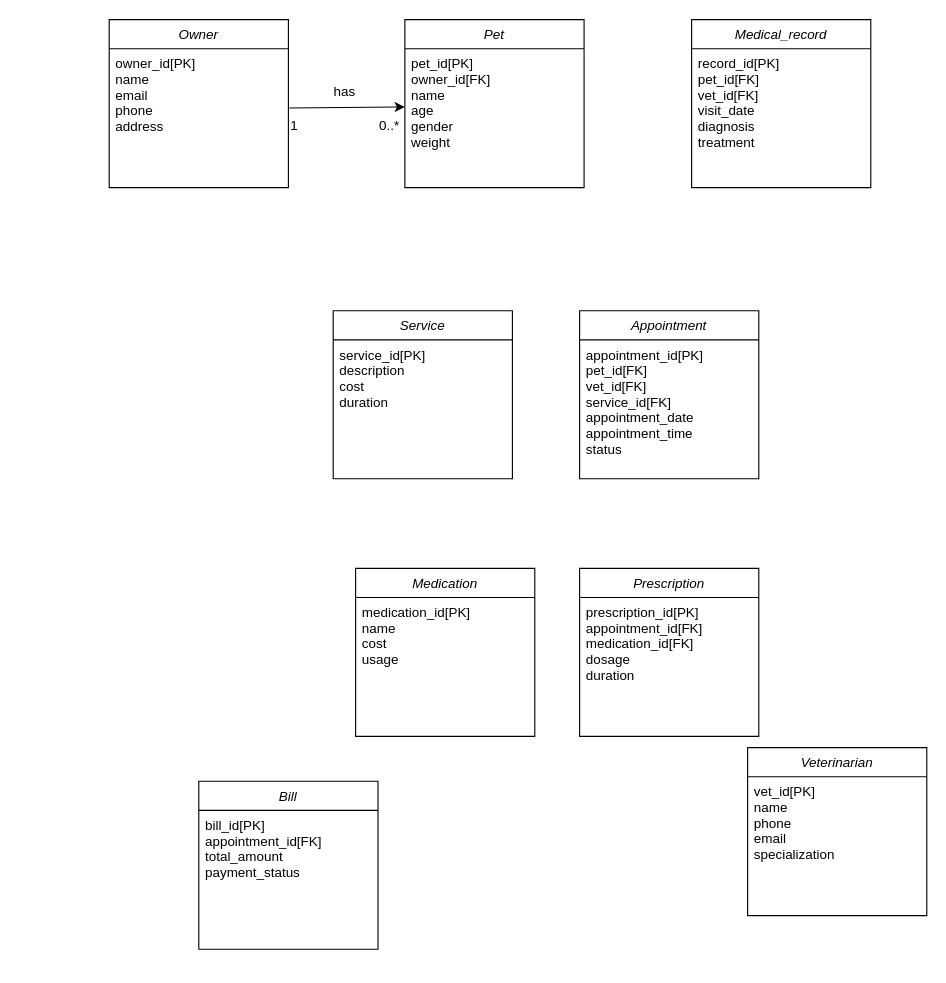
Above: Untitled Diagram.drawio in hsinyuwww/furnitureShop (draw.io), before the change. Source tidied: cells renumbered, new cells numbered last; positions are measured from the earlier drawing's top-left corner, leaving out a move shared by most shapes. Both pictures are drawn from the tidied source at 112%, with x=0, y=0 at pixel (109, 19).
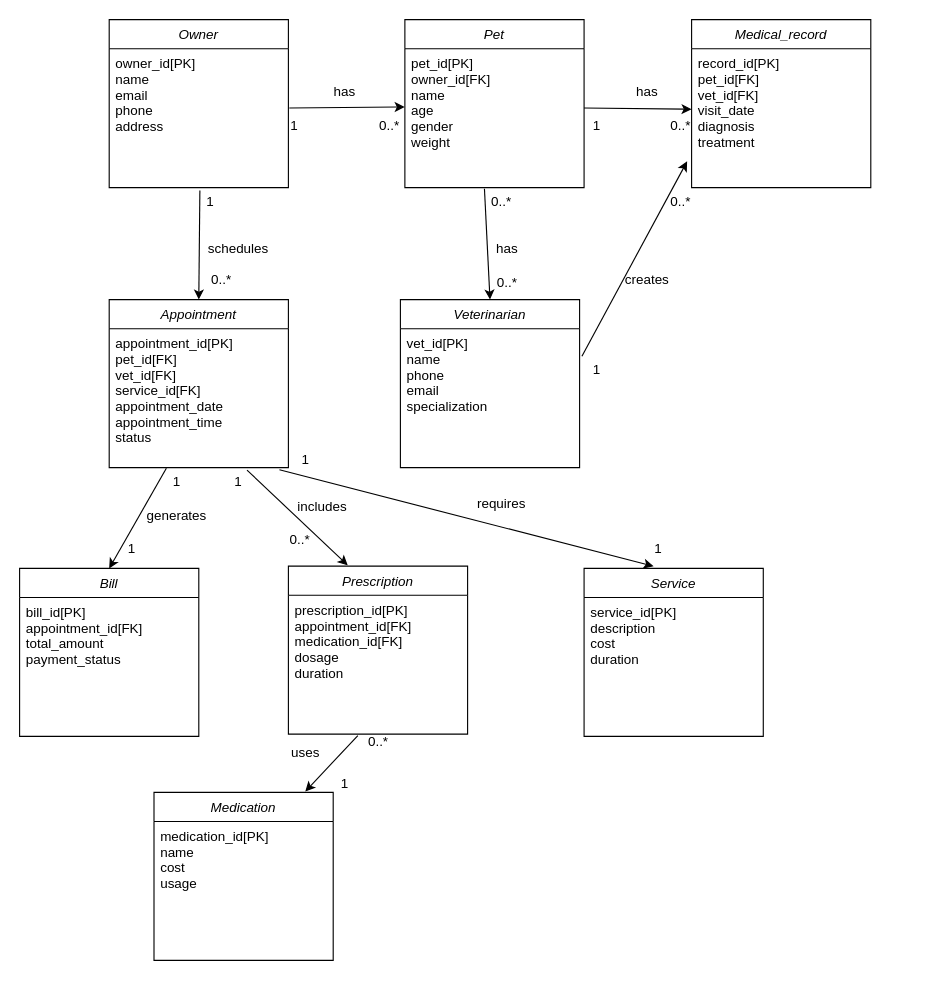
The same diagram, later.

Unchanged cells that the change refers to:
```xml
<mxCell id="3" value="pet_id[PK]&#10;owner_id[FK]&#10;name&#10;age&#10;gender&#10;weight&#10;" style="text;align=left;verticalAlign=top;spacingLeft=4;spacingRight=4;overflow=hidden;points=[[0,0.5],[1,0.5]];portConstraint=eastwest;" parent="2" vertex="1">
  <mxGeometry y="26" width="160" height="124" as="geometry" />
</mxCell>
<mxCell id="5" value="owner_id[PK]&#10;name&#10;email&#10;phone&#10;address" style="text;align=left;verticalAlign=top;spacingLeft=4;spacingRight=4;overflow=hidden;points=[[0,0.5],[1,0.5]];portConstraint=eastwest;" parent="4" vertex="1">
  <mxGeometry y="26" width="160" height="124" as="geometry" />
</mxCell>
<mxCell id="7" value="vet_id[PK]&#10;name&#10;phone&#10;email&#10;specialization" style="text;align=left;verticalAlign=top;spacingLeft=4;spacingRight=4;overflow=hidden;points=[[0,0.5],[1,0.5]];portConstraint=eastwest;" parent="6" vertex="1">
  <mxGeometry y="26" width="160" height="124" as="geometry" />
</mxCell>
<mxCell id="11" value="appointment_id[PK]&#10;pet_id[FK]&#10;vet_id[FK]&#10;service_id[FK]&#10;appointment_date&#10;appointment_time&#10;status" style="text;align=left;verticalAlign=top;spacingLeft=4;spacingRight=4;overflow=hidden;points=[[0,0.5],[1,0.5]];portConstraint=eastwest;" parent="10" vertex="1">
  <mxGeometry y="26" width="160" height="124" as="geometry" />
</mxCell>
<mxCell id="13" value="record_id[PK]&#10;pet_id[FK]&#10;vet_id[FK]&#10;visit_date&#10;diagnosis&#10;treatment" style="text;align=left;verticalAlign=top;spacingLeft=4;spacingRight=4;overflow=hidden;points=[[0,0.5],[1,0.5]];portConstraint=eastwest;" parent="12" vertex="1">
  <mxGeometry y="26" width="160" height="124" as="geometry" />
</mxCell>
```

The edit, as a diff of the source:
```diff
@@
     <mxCell id="6" value="Veterinarian" style="swimlane;fontStyle=2;align=center;verticalAlign=top;horizontal=1;startSize=26;rounded=0;shadow=0;strokeWidth=1;" parent="1" vertex="1">
-      <mxGeometry x="570" y="650" width="160" height="150" as="geometry" />
+      <mxGeometry x="260" y="250" width="160" height="150" as="geometry" />
     </mxCell>
@@
     <mxCell id="8" value="Service" style="swimlane;fontStyle=2;align=center;verticalAlign=top;horizontal=1;startSize=26;rounded=0;shadow=0;strokeWidth=1;" parent="1" vertex="1">
-      <mxGeometry x="200" y="260" width="160" height="150" as="geometry" />
+      <mxGeometry x="424" y="490" width="160" height="150" as="geometry" />
     </mxCell>
@@
     <mxCell id="10" value="Appointment" style="swimlane;fontStyle=2;align=center;verticalAlign=top;horizontal=1;startSize=26;rounded=0;shadow=0;strokeWidth=1;" parent="1" vertex="1">
-      <mxGeometry x="420" y="260" width="160" height="150" as="geometry" />
+      <mxGeometry y="250" width="160" height="150" as="geometry" />
     </mxCell>
@@
     <mxCell id="14" value="Medication" style="swimlane;fontStyle=2;align=center;verticalAlign=top;horizontal=1;startSize=26;rounded=0;shadow=0;strokeWidth=1;" parent="1" vertex="1">
-      <mxGeometry x="220" y="490" width="160" height="150" as="geometry" />
+      <mxGeometry x="40" y="690" width="160" height="150" as="geometry" />
     </mxCell>
@@
     <mxCell id="16" value="Prescription" style="swimlane;fontStyle=2;align=center;verticalAlign=top;horizontal=1;startSize=26;rounded=0;shadow=0;strokeWidth=1;" parent="1" vertex="1">
-      <mxGeometry x="420" y="490" width="160" height="150" as="geometry" />
+      <mxGeometry x="160" y="488" width="160" height="150" as="geometry" />
     </mxCell>
@@
     <mxCell id="18" value="Bill" style="swimlane;fontStyle=2;align=center;verticalAlign=top;horizontal=1;startSize=26;rounded=0;shadow=0;strokeWidth=1;" parent="1" vertex="1">
-      <mxGeometry x="80" y="680" width="160" height="150" as="geometry" />
+      <mxGeometry x="-80" y="490" width="160" height="150" as="geometry" />
     </mxCell>
@@
+    <mxCell id="24" style="endArrow=classic;html=1;rounded=0;exitX=1;exitY=0.427;exitDx=0;exitDy=0;exitPerimeter=0;" parent="1" edge="1" source="3">
+      <mxGeometry relative="1" as="geometry">
+        <mxPoint x="520" y="80" as="targetPoint" />
+      </mxGeometry>
+    </mxCell>
+    <mxCell id="25" value="has" style="text;html=1;align=center;verticalAlign=middle;strokeColor=none;fillColor=none;" parent="1" vertex="1">
+      <mxGeometry x="460" y="50" width="40" height="30" as="geometry" />
+    </mxCell>
+    <mxCell id="26" value="1" style="text;html=1;align=center;verticalAlign=middle;strokeColor=none;fillColor=none;" parent="1" vertex="1">
+      <mxGeometry x="420" y="80" width="30" height="30" as="geometry" />
+    </mxCell>
+    <mxCell id="27" value="0..*" style="text;html=1;align=center;verticalAlign=middle;strokeColor=none;fillColor=none;" parent="1" vertex="1">
+      <mxGeometry x="490" y="80" width="40" height="30" as="geometry" />
+    </mxCell>
+    <mxCell id="28" style="endArrow=classic;html=1;rounded=0;exitX=0.444;exitY=1.008;exitDx=0;exitDy=0;exitPerimeter=0;" parent="1" edge="1" source="3">
+      <mxGeometry relative="1" as="geometry">
+        <mxPoint x="340" y="250" as="targetPoint" />
+      </mxGeometry>
+    </mxCell>
+    <mxCell id="29" value="has" style="text;html=1;align=center;verticalAlign=middle;strokeColor=none;fillColor=none;" parent="1" vertex="1">
+      <mxGeometry x="335" y="190" width="40" height="30" as="geometry" />
+    </mxCell>
+    <mxCell id="30" value="0..*" style="text;html=1;align=center;verticalAlign=middle;strokeColor=none;fillColor=none;" parent="1" vertex="1">
+      <mxGeometry x="335" y="220" width="40" height="30" as="geometry" />
+    </mxCell>
+    <mxCell id="31" value="0..*" style="text;html=1;align=center;verticalAlign=middle;strokeColor=none;fillColor=none;" parent="1" vertex="1">
+      <mxGeometry x="330" y="148" width="40" height="30" as="geometry" />
+    </mxCell>
+    <mxCell id="32" style="endArrow=classic;html=1;rounded=0;entryX=0.5;entryY=0;entryDx=0;entryDy=0;exitX=0.506;exitY=1.021;exitDx=0;exitDy=0;exitPerimeter=0;" parent="1" edge="1" source="5" target="10">
+      <mxGeometry relative="1" as="geometry" />
+    </mxCell>
+    <mxCell id="33" value="schedules" style="text;html=1;align=center;verticalAlign=middle;strokeColor=none;fillColor=none;" parent="1" vertex="1">
+      <mxGeometry x="75" y="190" width="80" height="30" as="geometry" />
+    </mxCell>
+    <mxCell id="34" value="1" style="text;html=1;align=center;verticalAlign=middle;strokeColor=none;fillColor=none;" parent="1" vertex="1">
+      <mxGeometry x="75" y="148" width="30" height="30" as="geometry" />
+    </mxCell>
+    <mxCell id="35" value="0..*" style="text;html=1;align=center;verticalAlign=middle;strokeColor=none;fillColor=none;" parent="1" vertex="1">
+      <mxGeometry x="80" y="218" width="40" height="30" as="geometry" />
+    </mxCell>
+    <mxCell id="36" style="endArrow=classic;html=1;rounded=0;entryX=-0.025;entryY=0.811;entryDx=0;entryDy=0;entryPerimeter=0;exitX=1.013;exitY=0.198;exitDx=0;exitDy=0;exitPerimeter=0;" parent="1" edge="1" source="7" target="13">
+      <mxGeometry relative="1" as="geometry" />
+    </mxCell>
+    <mxCell id="37" value="creates" style="text;html=1;align=center;verticalAlign=middle;strokeColor=none;fillColor=none;" parent="1" vertex="1">
+      <mxGeometry x="450" y="218" width="60" height="30" as="geometry" />
+    </mxCell>
+    <mxCell id="38" value="1" style="text;html=1;align=center;verticalAlign=middle;strokeColor=none;fillColor=none;" parent="1" vertex="1">
+      <mxGeometry x="420" y="298" width="30" height="30" as="geometry" />
+    </mxCell>
+    <mxCell id="39" value="0..*" style="text;html=1;align=center;verticalAlign=middle;strokeColor=none;fillColor=none;" parent="1" vertex="1">
+      <mxGeometry x="490" y="148" width="40" height="30" as="geometry" />
+    </mxCell>
+    <mxCell id="40" style="endArrow=classic;html=1;rounded=0;entryX=0.5;entryY=0;entryDx=0;entryDy=0;exitX=0.319;exitY=1.005;exitDx=0;exitDy=0;exitPerimeter=0;" parent="1" edge="1" source="11" target="18">
+      <mxGeometry relative="1" as="geometry" />
+    </mxCell>
+    <mxCell id="41" value="generates" style="text;html=1;align=center;verticalAlign=middle;strokeColor=none;fillColor=none;" parent="1" vertex="1">
+      <mxGeometry x="20" y="428" width="80" height="30" as="geometry" />
+    </mxCell>
+    <mxCell id="42" value="1" style="text;html=1;align=center;verticalAlign=middle;strokeColor=none;fillColor=none;" parent="1" vertex="1">
+      <mxGeometry x="45" y="398" width="30" height="30" as="geometry" />
+    </mxCell>
+    <mxCell id="43" value="1" style="text;html=1;align=center;verticalAlign=middle;strokeColor=none;fillColor=none;" parent="1" vertex="1">
+      <mxGeometry x="5" y="458" width="30" height="30" as="geometry" />
+    </mxCell>
+    <mxCell id="44" style="endArrow=classic;html=1;rounded=0;entryX=0.331;entryY=-0.005;entryDx=0;entryDy=0;entryPerimeter=0;exitX=0.769;exitY=1.018;exitDx=0;exitDy=0;exitPerimeter=0;" parent="1" edge="1" source="11" target="16">
+      <mxGeometry relative="1" as="geometry" />
+    </mxCell>
+    <mxCell id="45" value="includes" style="text;html=1;align=center;verticalAlign=middle;strokeColor=none;fillColor=none;" parent="1" vertex="1">
+      <mxGeometry x="155" y="420" width="70" height="30" as="geometry" />
+    </mxCell>
+    <mxCell id="46" value="1" style="text;html=1;align=center;verticalAlign=middle;strokeColor=none;fillColor=none;" parent="1" vertex="1">
+      <mxGeometry x="100" y="398" width="30" height="30" as="geometry" />
+    </mxCell>
+    <mxCell id="47" value="0..*" style="text;html=1;align=center;verticalAlign=middle;strokeColor=none;fillColor=none;" parent="1" vertex="1">
+      <mxGeometry x="150" y="450" width="40" height="30" as="geometry" />
+    </mxCell>
+    <mxCell id="48" style="endArrow=classic;html=1;rounded=0;entryX=0.844;entryY=-0.005;entryDx=0;entryDy=0;entryPerimeter=0;exitX=0.05;exitY=0.307;exitDx=0;exitDy=0;exitPerimeter=0;" parent="1" edge="1" source="51" target="14">
+      <mxGeometry relative="1" as="geometry" />
+    </mxCell>
+    <mxCell id="49" value="uses" style="text;html=1;align=center;verticalAlign=middle;strokeColor=none;fillColor=none;" parent="1" vertex="1">
+      <mxGeometry x="150" y="640" width="50" height="30" as="geometry" />
+    </mxCell>
+    <mxCell id="50" value="1" style="text;html=1;align=center;verticalAlign=middle;strokeColor=none;fillColor=none;" parent="1" vertex="1">
+      <mxGeometry x="195" y="668" width="30" height="30" as="geometry" />
+    </mxCell>
+    <mxCell id="51" value="0..*" style="text;html=1;align=center;verticalAlign=middle;points=[];strokeColor=none;fillColor=none;" parent="1" vertex="1">
+      <mxGeometry x="220" y="630" width="40" height="30" as="geometry" />
+    </mxCell>
+    <mxCell id="52" style="endArrow=classic;html=1;rounded=0;exitX=0.95;exitY=1.016;exitDx=0;exitDy=0;exitPerimeter=0;entryX=0.388;entryY=-0.013;entryDx=0;entryDy=0;entryPerimeter=0;" parent="1" edge="1" source="11" target="8">
+      <mxGeometry relative="1" as="geometry" />
+    </mxCell>
+    <mxCell id="53" value="requires" style="text;html=1;align=center;verticalAlign=middle;strokeColor=none;fillColor=none;" parent="1" vertex="1">
+      <mxGeometry x="315" y="418" width="70" height="30" as="geometry" />
+    </mxCell>
+    <mxCell id="54" value="1" style="text;html=1;align=center;verticalAlign=middle;strokeColor=none;fillColor=none;" parent="1" vertex="1">
+      <mxGeometry x="475" y="458" width="30" height="30" as="geometry" />
+    </mxCell>
+    <mxCell id="55" value="1" style="text;html=1;align=center;verticalAlign=middle;strokeColor=none;fillColor=none;" parent="1" vertex="1">
+      <mxGeometry x="160" y="378" width="30" height="30" as="geometry" />
+    </mxCell>
```
